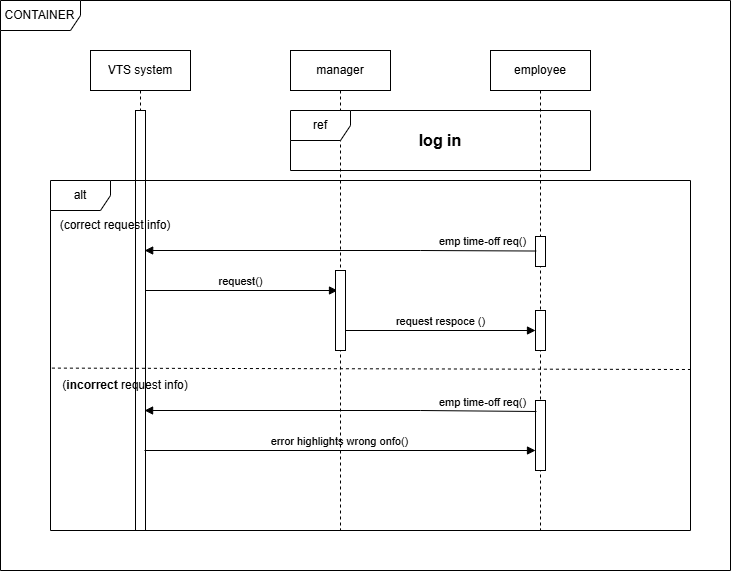
zieadkh/Mentorship keeps this draw.io diagram as task1/manageTime_sequenceDiagram.drawio.png. Above is the earlier version. Source tidied: cells renumbered, new cells last; positions are measured from the earlier drawing's top-left corner, leaving out a move shared by most shapes.
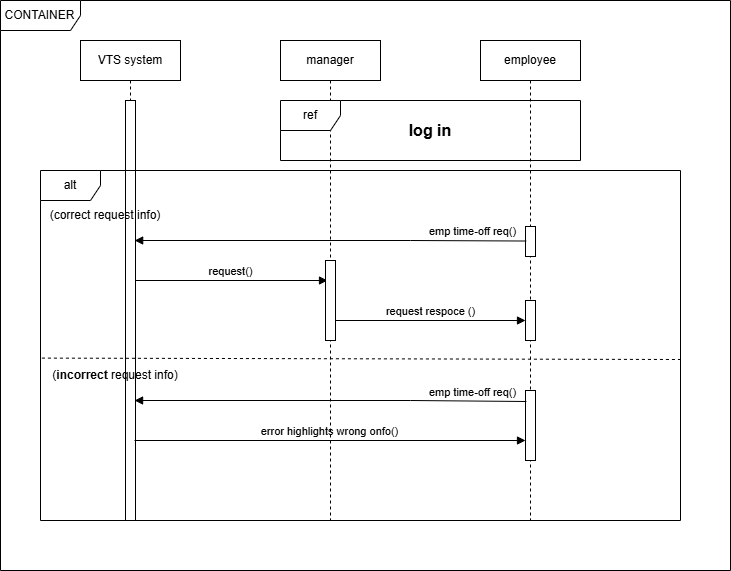
Later version of the same file.

The edit, as a diff of the source:
```diff
@@ -81,8 +81,8 @@
         </Array>
       </mxGeometry>
     </mxCell>
-    <mxCell id="21" value="CONTAINER" style="shape=umlFrame;whiteSpace=wrap;html=1;width=80;height=30;labelBackgroundColor=none;" parent="1" vertex="1">
-      <mxGeometry width="730" height="570" as="geometry" />
+    <mxCell id="21" value="CONTAINER" style="shape=umlFrame;whiteSpace=wrap;html=1;width=80;height=30;labelBackgroundColor=none;fillStyle=solid;" parent="1" vertex="1">
+      <mxGeometry x="10" y="10" width="730" height="570" as="geometry" />
     </mxCell>
   </root>
 </mxGraphModel>
```
